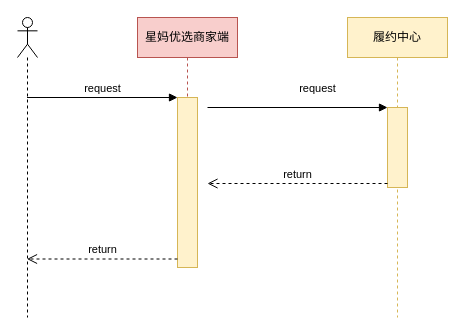
This is shipsingleuml.drawio from FocusZhouGD/drawprogram, a draw.io file, before an edit. Source tidied: cells renumbered, new cells numbered last; positions are measured from the earlier drawing's top-left corner, leaving out a move shared by most shapes. Both pictures are drawn from the tidied source at 100%, with x=0, y=0 at pixel (17, 17).
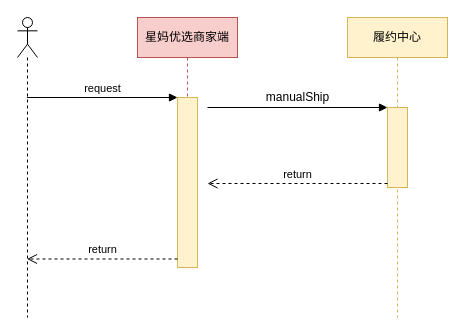
After the change.

What changed in the source:
```diff
@@
 <mxGraphModel>
   <root>
     <mxCell id="0" />
     <mxCell id="1" parent="0" />
     <mxCell id="2" style="shape=umlLifeline;participant=umlActor;perimeter=lifelinePerimeter;whiteSpace=wrap;html=1;verticalAlign=top;spacingTop=36;outlineConnect=0;" parent="1" vertex="1">
       <mxGeometry width="20" height="300" as="geometry" />
     </mxCell>
     <mxCell id="3" value="星妈优选商家端" style="shape=umlLifeline;perimeter=lifelinePerimeter;whiteSpace=wrap;html=1;fillColor=#f8cecc;strokeColor=#b85450;" parent="1" vertex="1">
       <mxGeometry x="120" width="100" height="250" as="geometry" />
     </mxCell>
     <mxCell id="4" style="html=1;points=[];perimeter=orthogonalPerimeter;fillColor=#fff2cc;strokeColor=#d6b656;" parent="3" vertex="1">
       <mxGeometry x="40" y="80" width="20" height="170" as="geometry" />
     </mxCell>
     <mxCell id="5" value="request" style="html=1;verticalAlign=bottom;endArrow=block;entryX=0;entryY=0;" parent="1" edge="1" source="2" target="4">
       <mxGeometry relative="1" as="geometry" />
     </mxCell>
     <mxCell id="6" value="return" style="html=1;verticalAlign=bottom;endArrow=open;dashed=1;endSize=8;exitX=0;exitY=0.95;" parent="1" edge="1" source="4" target="2">
       <mxGeometry relative="1" as="geometry" />
     </mxCell>
     <mxCell id="7" value="履约中心" style="shape=umlLifeline;perimeter=lifelinePerimeter;whiteSpace=wrap;html=1;fillColor=#fff2cc;strokeColor=#d6b656;" parent="1" vertex="1">
       <mxGeometry x="330" width="100" height="300" as="geometry" />
     </mxCell>
     <mxCell id="8" style="html=1;points=[];perimeter=orthogonalPerimeter;fillColor=#fff2cc;strokeColor=#d6b656;" parent="7" vertex="1">
       <mxGeometry x="40" y="90" width="20" height="80" as="geometry" />
     </mxCell>
-    <mxCell id="9" value="request" style="html=1;verticalAlign=bottom;endArrow=block;entryX=0;entryY=0;" parent="1" edge="1" target="8">
+    <mxCell id="9" style="html=1;verticalAlign=bottom;endArrow=block;entryX=0;entryY=0;" parent="1" edge="1" target="8">
       <mxGeometry x="0.22" y="10" relative="1" as="geometry">
         <mxPoint x="190" y="90" as="sourcePoint" />
       </mxGeometry>
     </mxCell>
     <mxCell id="10" value="return" style="html=1;verticalAlign=bottom;endArrow=open;dashed=1;endSize=8;exitX=0;exitY=0.95;" parent="1" edge="1" source="8">
       <mxGeometry relative="1" as="geometry">
         <mxPoint x="190" y="166" as="targetPoint" />
       </mxGeometry>
     </mxCell>
+    <mxCell id="11" value="manualShip" style="text;html=1;align=center;verticalAlign=middle;strokeColor=none;" parent="1" vertex="1">
+      <mxGeometry x="240" y="70" width="80" height="20" as="geometry" />
+    </mxCell>
   </root>
 </mxGraphModel>
```
